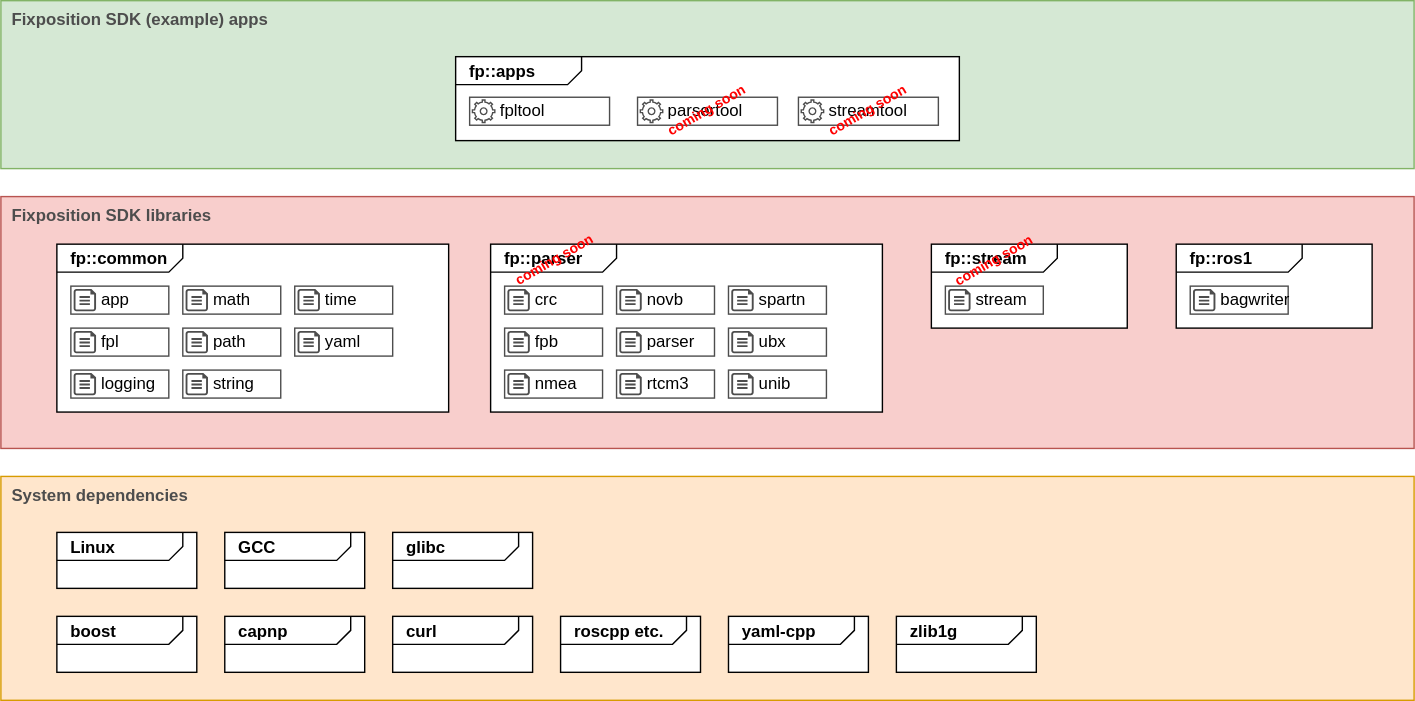
Earlier version of the draw.io export doc/fpsdk-overview.drawio.svg (fixposition/fixposition-sdk). Source tidied: cells renumbered, new cells last; positions are measured from the earlier drawing's top-left corner, leaving out a move shared by most shapes.
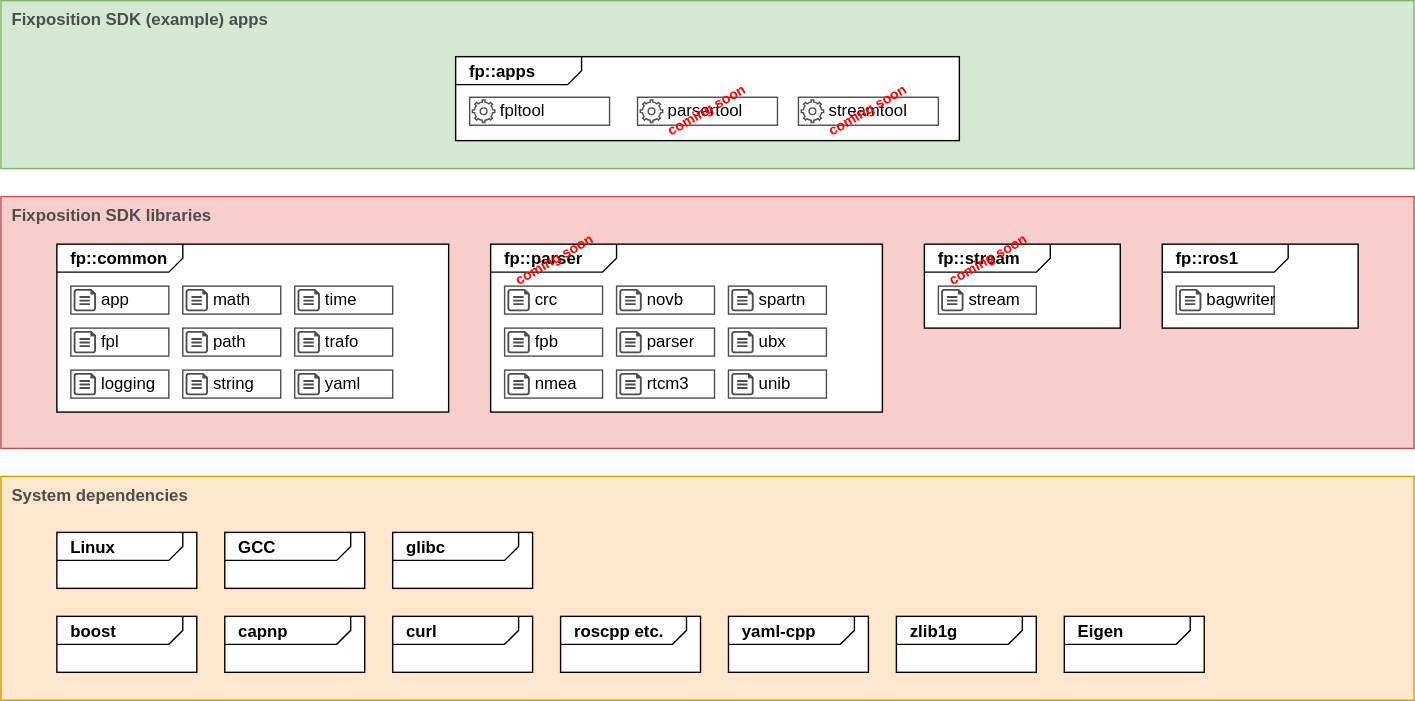
After the commit.

Diff of the diagram source:
```diff
@@ -15,7 +15,7 @@
       <mxGeometry x="40" y="174" width="280" height="120" as="geometry" />
     </mxCell>
     <mxCell id="6" value="&lt;p style=&quot;margin:0px;margin-top:4px;margin-left:10px;text-align:left;&quot;&gt;&lt;b&gt;&lt;font style=&quot;font-size: 12px;&quot;&gt;fp::ros1&lt;/font&gt;&lt;/b&gt;&lt;/p&gt;" style="html=1;shape=mxgraph.sysml.package;xSize=90;align=left;spacingLeft=10;overflow=fill;" parent="1" vertex="1">
-      <mxGeometry x="840" y="174" width="140" height="60" as="geometry" />
+      <mxGeometry x="830" y="174" width="140" height="60" as="geometry" />
     </mxCell>
     <mxCell id="7" value="&lt;p style=&quot;margin:0px;margin-top:4px;margin-left:10px;text-align:left;&quot;&gt;&lt;b&gt;&lt;font style=&quot;font-size: 12px;&quot;&gt;fp::apps&lt;/font&gt;&lt;/b&gt;&lt;/p&gt;" style="html=1;shape=mxgraph.sysml.package;xSize=90;align=left;spacingLeft=10;overflow=fill;" parent="1" vertex="1">
       <mxGeometry x="325" y="40" width="360" height="60" as="geometry" />
@@ -39,10 +39,10 @@
       <mxGeometry x="350" y="174" width="280" height="120" as="geometry" />
     </mxCell>
     <mxCell id="14" value="&lt;p style=&quot;margin:0px;margin-top:4px;margin-left:10px;text-align:left;&quot;&gt;&lt;b&gt;&lt;font style=&quot;font-size: 12px;&quot;&gt;fp::stream&lt;/font&gt;&lt;/b&gt;&lt;/p&gt;" style="html=1;shape=mxgraph.sysml.package;xSize=90;align=left;spacingLeft=10;overflow=fill;" parent="1" vertex="1">
-      <mxGeometry x="665" y="174" width="140" height="60" as="geometry" />
+      <mxGeometry x="660" y="174" width="140" height="60" as="geometry" />
     </mxCell>
     <mxCell id="15" style="group;" parent="1" vertex="1">
-      <mxGeometry x="210" y="234" width="70" height="20" as="geometry" />
+      <mxGeometry x="210" y="264" width="70" height="20" as="geometry" />
     </mxCell>
     <mxCell id="16" value="yaml" style="whiteSpace=wrap;html=1;strokeColor=#4D4D4D;strokeWidth=1;fontSize=12;fillColor=default;align=left;spacingLeft=20;" parent="15" vertex="1">
       <mxGeometry width="70" height="20" as="geometry" />
@@ -216,7 +216,7 @@
       <mxGeometry x="2" y="2" width="16" height="16" as="geometry" />
     </mxCell>
     <mxCell id="73" style="group;" parent="1" vertex="1">
-      <mxGeometry x="675" y="204" width="70" height="20" as="geometry" />
+      <mxGeometry x="670" y="204" width="70" height="20" as="geometry" />
     </mxCell>
     <mxCell id="74" value="stream" style="whiteSpace=wrap;html=1;strokeColor=#4D4D4D;strokeWidth=1;fontSize=12;fillColor=default;align=left;spacingLeft=20;" parent="73" vertex="1">
       <mxGeometry width="70" height="20" as="geometry" />
@@ -225,7 +225,7 @@
       <mxGeometry x="2" y="2" width="16" height="16" as="geometry" />
     </mxCell>
     <mxCell id="76" style="group;" parent="1" vertex="1">
-      <mxGeometry x="850" y="204" width="70" height="20" as="geometry" />
+      <mxGeometry x="840" y="204" width="70" height="20" as="geometry" />
     </mxCell>
     <mxCell id="77" value="bagwriter" style="whiteSpace=wrap;html=1;strokeColor=#4D4D4D;strokeWidth=1;fontSize=12;fillColor=default;align=left;spacingLeft=20;" parent="76" vertex="1">
       <mxGeometry width="70" height="20" as="geometry" />
@@ -261,7 +261,19 @@
       <mxGeometry x="360" y="180" width="71.3" height="11.3" as="geometry" />
     </mxCell>
     <mxCell id="88" value="coming soon" style="text;strokeColor=none;align=center;fillColor=none;html=1;verticalAlign=middle;whiteSpace=wrap;rounded=0;fontColor=#FF0000;fontStyle=1;rotation=-30;opacity=25;spacing=0;fontSize=10;spacingTop=-2;" parent="1" vertex="1">
-      <mxGeometry x="675" y="180" width="71.3" height="11.3" as="geometry" />
+      <mxGeometry x="670" y="180" width="71.3" height="11.3" as="geometry" />
     </mxCell>
+    <mxCell id="89" value="&lt;p style=&quot;margin:0px;margin-top:4px;margin-left:10px;text-align:left;&quot;&gt;&lt;b&gt;&lt;font style=&quot;font-size: 12px;&quot;&gt;Eigen&lt;/font&gt;&lt;/b&gt;&lt;/p&gt;" style="html=1;shape=mxgraph.sysml.package;xSize=90;align=left;spacingLeft=10;overflow=fill;" parent="1" vertex="1">
+      <mxGeometry x="760" y="440" width="100" height="40" as="geometry" />
+    </mxCell>
+    <mxCell id="90" style="group;" parent="1" vertex="1">
+      <mxGeometry x="210" y="234" width="70" height="20" as="geometry" />
+    </mxCell>
+    <mxCell id="91" value="trafo" style="whiteSpace=wrap;html=1;strokeColor=#4D4D4D;strokeWidth=1;fontSize=12;fillColor=default;align=left;spacingLeft=20;" parent="90" vertex="1">
+      <mxGeometry width="70" height="20" as="geometry" />
+    </mxCell>
+    <mxCell id="92" style="verticalLabelPosition=bottom;html=1;verticalAlign=top;align=center;strokeColor=none;fillColor=#4D4D4D;shape=mxgraph.azure.cloud_services_configuration_file;fontSize=12;" parent="90" vertex="1">
+      <mxGeometry x="2" y="2" width="16" height="16" as="geometry" />
+    </mxCell>
   </root>
 </mxGraphModel>
```
